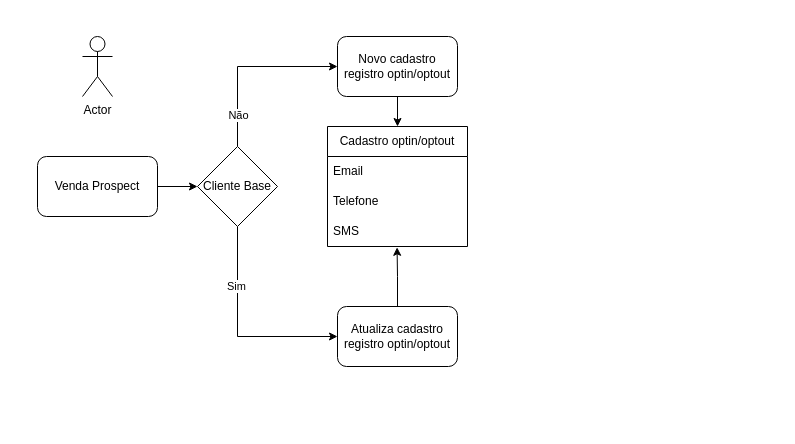
Before: RGC765-Optin/Optout.drawio in samirali/ClaroBrasil, a draw.io diagram. Source tidied: cells renumbered, new cells numbered last; positions are measured from the earlier drawing's top-left corner, leaving out a move shared by most shapes. Both pictures are drawn from the tidied source at 100%, with x=0, y=0 at pixel (37, 36).
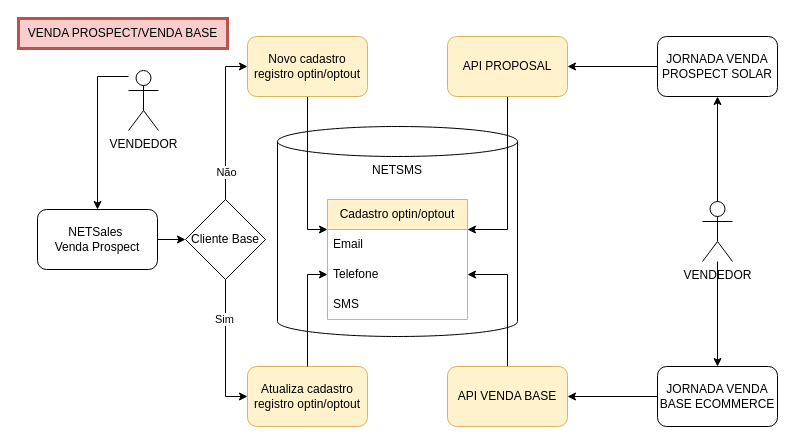
The same page after the edit.

Commit message (it also covers changes not shown here):
Actualizar RGC765-Optin/Optout.drawio

Unchanged cells that the change refers to:
```xml
<mxCell id="9" value="Telefone" style="text;strokeColor=none;fillColor=none;align=left;verticalAlign=middle;spacingLeft=4;spacingRight=4;overflow=hidden;points=[[0,0.5],[1,0.5]];portConstraint=eastwest;whiteSpace=wrap;html=1;" parent="7" vertex="1">
  <mxGeometry y="60" width="140" height="30" as="geometry" />
</mxCell>
<mxCell id="10" value="SMS" style="text;strokeColor=none;fillColor=none;align=left;verticalAlign=middle;spacingLeft=4;spacingRight=4;overflow=hidden;points=[[0,0.5],[1,0.5]];portConstraint=eastwest;whiteSpace=wrap;html=1;" parent="7" vertex="1">
  <mxGeometry y="90" width="140" height="30" as="geometry" />
</mxCell>
```

What changed in the source:
```diff
@@
+    <mxCell id="18" value="NETSMS" style="shape=cylinder3;whiteSpace=wrap;html=1;boundedLbl=1;backgroundOutline=1;size=15;verticalAlign=top;" parent="1" vertex="1">
+      <mxGeometry x="240" y="90" width="240" height="210" as="geometry" />
+    </mxCell>
+    <mxCell id="19" style="edgeStyle=orthogonalEdgeStyle;rounded=0;jettySize=auto;html=1;entryX=0.5;entryY=0;entryDx=0;entryDy=0;" parent="1" edge="1" source="2" target="4">
+      <mxGeometry relative="1" as="geometry">
+        <Array as="points">
+          <mxPoint x="60" y="40" />
+        </Array>
+      </mxGeometry>
+    </mxCell>
-    <mxCell id="2" value="Actor" style="shape=umlActor;verticalLabelPosition=bottom;verticalAlign=top;html=1;outlineConnect=0;" parent="1" vertex="1">
-      <mxGeometry x="45" width="30" height="60" as="geometry" />
+    <mxCell id="2" value="VENDEDOR" style="shape=umlActor;verticalLabelPosition=bottom;verticalAlign=top;html=1;outlineConnect=0;" parent="1" vertex="1">
+      <mxGeometry x="91" y="34" width="30" height="60" as="geometry" />
     </mxCell>
@@
-    <mxCell id="4" value="Venda Prospect" style="rounded=1;whiteSpace=wrap;html=1;" parent="1" vertex="1">
-      <mxGeometry y="120" width="120" height="60" as="geometry" />
+    <mxCell id="4" value="NETSales&amp;nbsp;&lt;div&gt;Venda Prospect&lt;/div&gt;" style="rounded=1;whiteSpace=wrap;html=1;" parent="1" vertex="1">
+      <mxGeometry y="173" width="120" height="60" as="geometry" />
     </mxCell>
-    <mxCell id="5" style="edgeStyle=orthogonalEdgeStyle;rounded=0;jettySize=auto;html=1;entryX=0.5;entryY=0;entryDx=0;entryDy=0;" parent="1" edge="1" source="6" target="7">
+    <mxCell id="5" style="edgeStyle=orthogonalEdgeStyle;rounded=0;jettySize=auto;html=1;entryX=0;entryY=0.25;entryDx=0;entryDy=0;" parent="1" edge="1" source="6" target="7">
       <mxGeometry relative="1" as="geometry" />
     </mxCell>
-    <mxCell id="6" value="Novo cadastro registro optin/optout" style="rounded=1;whiteSpace=wrap;html=1;" parent="1" vertex="1">
-      <mxGeometry x="300" width="120" height="60" as="geometry" />
+    <mxCell id="6" value="Novo cadastro registro optin/optout" style="rounded=1;whiteSpace=wrap;html=1;fillColor=#fff2cc;strokeColor=#d6b656;" parent="1" vertex="1">
+      <mxGeometry x="210" width="120" height="60" as="geometry" />
     </mxCell>
-    <mxCell id="7" value="Cadastro optin/optout" style="swimlane;fontStyle=0;horizontal=1;startSize=30;whiteSpace=wrap;html=1;" parent="1" vertex="1">
-      <mxGeometry x="290" y="90" width="140" height="120" as="geometry" />
+    <mxCell id="7" value="Cadastro optin/optout" style="swimlane;fontStyle=0;horizontal=1;startSize=30;whiteSpace=wrap;html=1;fillColor=#fff2cc;strokeColor=#d6b656;" parent="1" vertex="1">
+      <mxGeometry x="290" y="163" width="140" height="120" as="geometry" />
     </mxCell>
@@
     <mxCell id="15" value="Cliente Base" style="rhombus;whiteSpace=wrap;html=1;" parent="1" vertex="1">
-      <mxGeometry x="160" y="110" width="80" height="80" as="geometry" />
+      <mxGeometry x="148" y="163" width="80" height="80" as="geometry" />
     </mxCell>
-    <mxCell id="16" value="Atualiza cadastro registro optin/optout" style="rounded=1;whiteSpace=wrap;html=1;" parent="1" vertex="1">
-      <mxGeometry x="300" y="270" width="120" height="60" as="geometry" />
+    <mxCell id="16" value="Atualiza cadastro registro optin/optout" style="rounded=1;whiteSpace=wrap;html=1;fillColor=#fff2cc;strokeColor=#d6b656;" parent="1" vertex="1">
+      <mxGeometry x="210" y="330" width="120" height="60" as="geometry" />
     </mxCell>
-    <mxCell id="17" style="edgeStyle=orthogonalEdgeStyle;rounded=0;jettySize=auto;html=1;entryX=0.497;entryY=1.027;entryDx=0;entryDy=0;entryPerimeter=0;" parent="1" edge="1" source="16" target="10">
+    <mxCell id="17" style="edgeStyle=orthogonalEdgeStyle;rounded=0;jettySize=auto;html=1;entryX=0;entryY=0.5;entryDx=0;entryDy=0;" parent="1" edge="1" source="16" target="9">
       <mxGeometry relative="1" as="geometry" />
     </mxCell>
+    <mxCell id="20" style="edgeStyle=orthogonalEdgeStyle;rounded=0;jettySize=auto;html=1;entryX=1;entryY=0.25;entryDx=0;entryDy=0;" parent="1" edge="1" source="21" target="7">
+      <mxGeometry relative="1" as="geometry" />
+    </mxCell>
+    <mxCell id="21" value="API PROPOSAL" style="rounded=1;whiteSpace=wrap;html=1;fillColor=#fff2cc;strokeColor=#d6b656;" parent="1" vertex="1">
+      <mxGeometry x="410" width="120" height="60" as="geometry" />
+    </mxCell>
+    <mxCell id="22" style="edgeStyle=orthogonalEdgeStyle;rounded=0;jettySize=auto;html=1;entryX=1;entryY=0.5;entryDx=0;entryDy=0;" parent="1" edge="1" source="23" target="9">
+      <mxGeometry relative="1" as="geometry" />
+    </mxCell>
+    <mxCell id="23" value="API VENDA BASE" style="rounded=1;whiteSpace=wrap;html=1;fillColor=#fff2cc;strokeColor=#d6b656;" parent="1" vertex="1">
+      <mxGeometry x="410" y="330" width="120" height="60" as="geometry" />
+    </mxCell>
+    <mxCell id="24" style="edgeStyle=orthogonalEdgeStyle;rounded=0;jettySize=auto;html=1;entryX=1;entryY=0.5;entryDx=0;entryDy=0;" parent="1" edge="1" source="25" target="21">
+      <mxGeometry relative="1" as="geometry" />
+    </mxCell>
+    <mxCell id="25" value="JORNADA VENDA PROSPECT SOLAR" style="rounded=1;whiteSpace=wrap;html=1;" parent="1" vertex="1">
+      <mxGeometry x="620" width="120" height="60" as="geometry" />
+    </mxCell>
+    <mxCell id="26" style="edgeStyle=orthogonalEdgeStyle;rounded=0;jettySize=auto;html=1;entryX=1;entryY=0.5;entryDx=0;entryDy=0;" parent="1" edge="1" source="27" target="23">
+      <mxGeometry relative="1" as="geometry" />
+    </mxCell>
+    <mxCell id="27" value="JORNADA VENDA BASE ECOMMERCE" style="rounded=1;whiteSpace=wrap;html=1;" parent="1" vertex="1">
+      <mxGeometry x="620" y="330" width="120" height="60" as="geometry" />
+    </mxCell>
+    <mxCell id="28" style="edgeStyle=orthogonalEdgeStyle;rounded=0;jettySize=auto;html=1;entryX=0.5;entryY=1;entryDx=0;entryDy=0;" parent="1" edge="1" source="30" target="25">
+      <mxGeometry relative="1" as="geometry" />
+    </mxCell>
+    <mxCell id="29" style="edgeStyle=orthogonalEdgeStyle;rounded=0;jettySize=auto;html=1;" parent="1" edge="1" source="30" target="27">
+      <mxGeometry relative="1" as="geometry" />
+    </mxCell>
+    <mxCell id="30" value="VENDEDOR" style="shape=umlActor;verticalLabelPosition=bottom;verticalAlign=top;html=1;outlineConnect=0;" parent="1" vertex="1">
+      <mxGeometry x="665" y="165" width="30" height="60" as="geometry" />
+    </mxCell>
+    <mxCell id="31" value="VENDA PROSPECT/VENDA BASE" style="text;html=1;align=center;verticalAlign=middle;whiteSpace=wrap;rounded=0;fillColor=#f8cecc;strokeColor=#b85450;strokeWidth=3;" parent="1" vertex="1">
+      <mxGeometry x="-19" y="-18" width="209" height="30" as="geometry" />
+    </mxCell>
```
